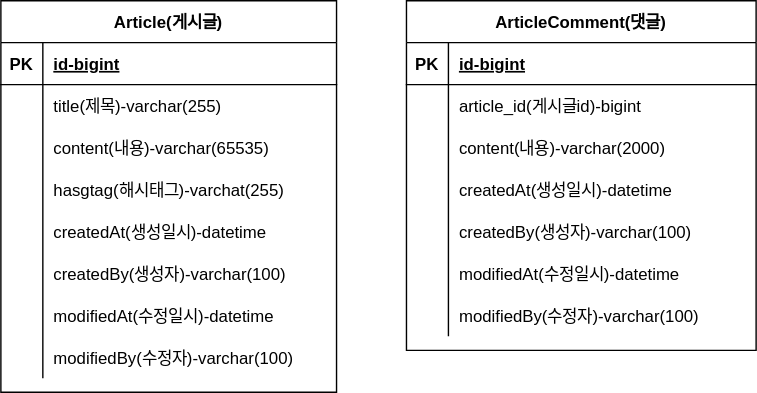
Before: document/project-board-ERD.svg, a diagram exported from draw.io (yuseong00/project-board). Source tidied: cells renumbered, new cells last; positions are measured from the earlier drawing's top-left corner, leaving out a move shared by most shapes.
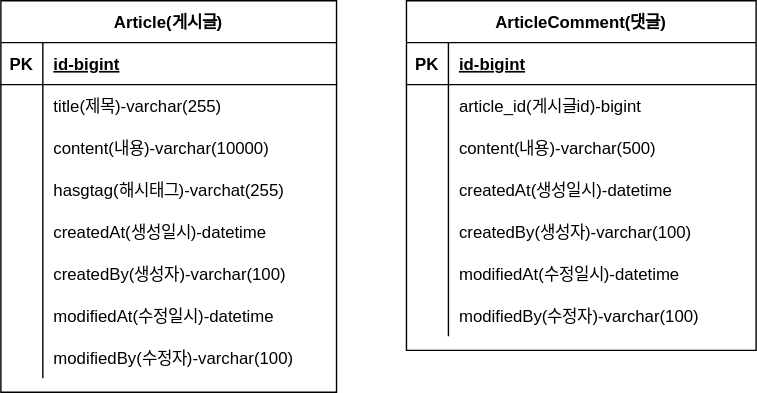
Above is the later version.

Commit message:
#10 ERD업데이트-CONTENT사이즈변경

Diff of the diagram source:
```diff
@@ -29,7 +29,7 @@
     <mxCell id="10" style="shape=partialRectangle;overflow=hidden;fillColor=none;top=0;left=0;bottom=0;right=0;" parent="9" vertex="1">
       <mxGeometry width="30" height="30" as="geometry" />
     </mxCell>
-    <mxCell id="11" value="content(내용)-varchar(65535)" style="shape=partialRectangle;overflow=hidden;fillColor=none;top=0;left=0;bottom=0;right=0;align=left;spacingLeft=6;" parent="9" vertex="1">
+    <mxCell id="11" value="content(내용)-varchar(10000)" style="shape=partialRectangle;overflow=hidden;fillColor=none;top=0;left=0;bottom=0;right=0;align=left;spacingLeft=6;" parent="9" vertex="1">
       <mxGeometry x="30" width="210" height="30" as="geometry" />
     </mxCell>
     <mxCell id="12" style="shape=partialRectangle;fillColor=none;top=0;left=0;right=0;bottom=0;" parent="2" vertex="1">
@@ -104,7 +104,7 @@
     <mxCell id="35" style="shape=partialRectangle;overflow=hidden;fillColor=none;top=0;left=0;bottom=0;right=0;" parent="34" vertex="1">
       <mxGeometry width="30" height="30" as="geometry" />
     </mxCell>
-    <mxCell id="36" value="content(내용)-varchar(2000)" style="shape=partialRectangle;overflow=hidden;fillColor=none;top=0;left=0;bottom=0;right=0;align=left;spacingLeft=6;" parent="34" vertex="1">
+    <mxCell id="36" value="content(내용)-varchar(500)" style="shape=partialRectangle;overflow=hidden;fillColor=none;top=0;left=0;bottom=0;right=0;align=left;spacingLeft=6;" parent="34" vertex="1">
       <mxGeometry x="30" width="220" height="30" as="geometry" />
     </mxCell>
     <mxCell id="37" style="shape=partialRectangle;fillColor=none;top=0;left=0;right=0;bottom=0;" parent="27" vertex="1">
```
